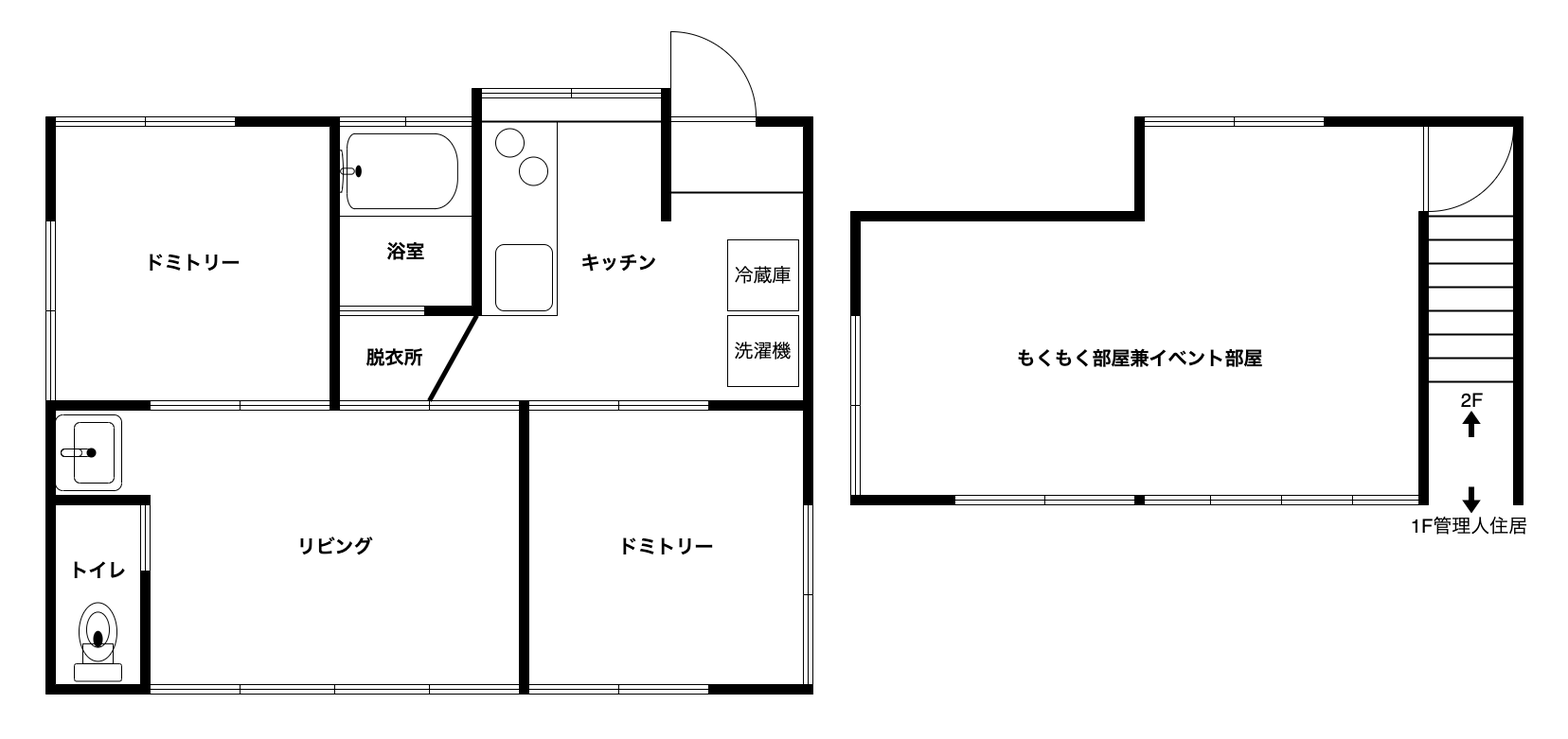
This is madorizu.png from geetakanomori/geetakanomori.github.io, a draw.io export, as it was before one commit. Source tidied: cells renumbered, new cells last; positions are measured from the earlier drawing's top-left corner, leaving out a move shared by most shapes.
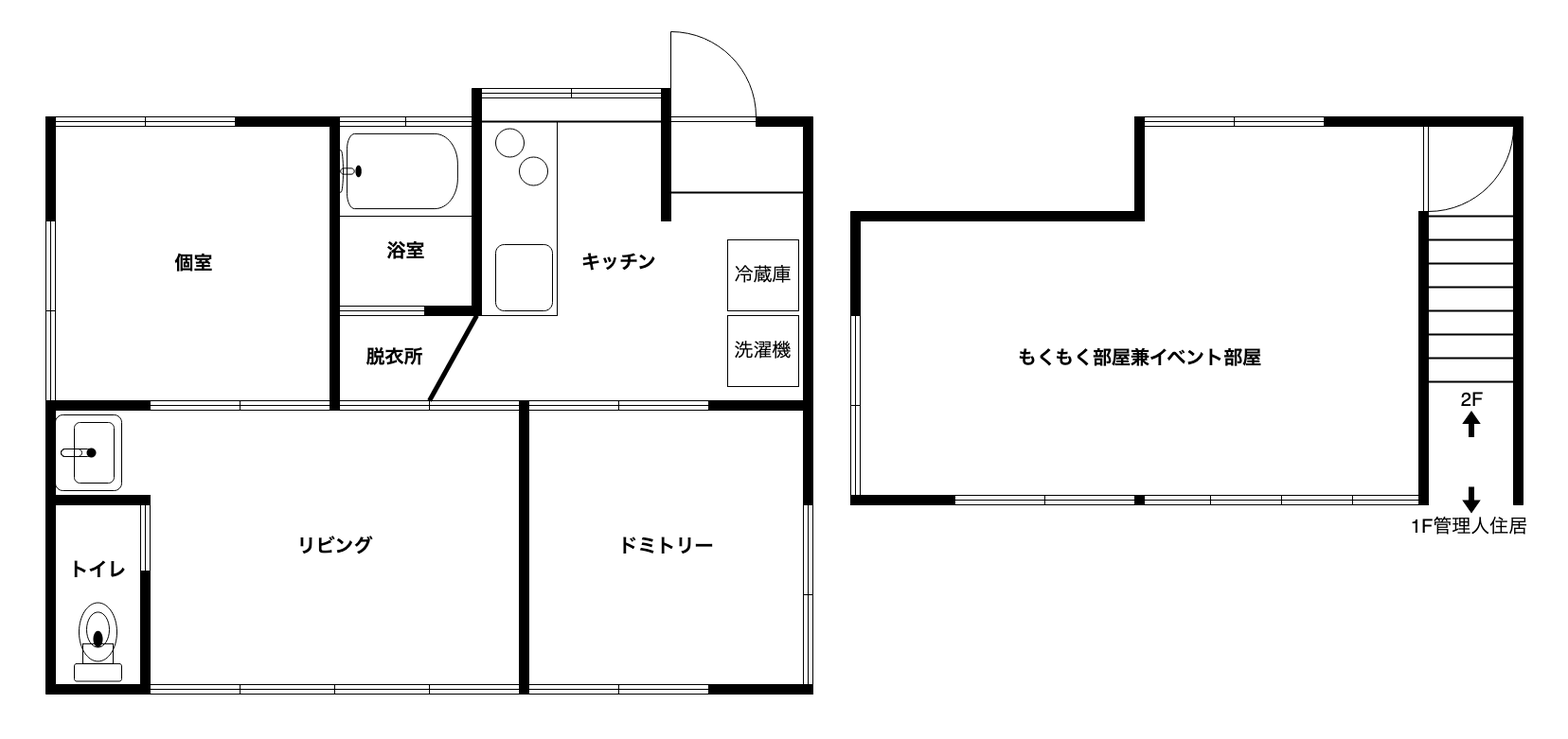
Above is the later version.

Diff of the diagram source:
```diff
@@ -290,8 +290,8 @@
         <mxPoint x="455" y="300" as="targetPoint" />
       </mxGeometry>
     </mxCell>
-    <mxCell id="85" value="ドミトリー" style="text;html=1;align=center;verticalAlign=middle;fillColor=none;strokeColor=none;rounded=1;fontSize=20;glass=1;fontStyle=1;" parent="34" vertex="1">
-      <mxGeometry x="92.5" y="225" width="125" height="40" as="geometry" />
+    <mxCell id="85" value="個室" style="text;html=1;align=center;verticalAlign=middle;fillColor=none;strokeColor=none;rounded=1;fontSize=20;glass=1;fontStyle=1;" parent="34" vertex="1">
+      <mxGeometry x="130.5" y="233" width="50" height="25" as="geometry" />
     </mxCell>
     <mxCell id="86" value="ドミトリー" style="text;html=1;align=center;verticalAlign=middle;fillColor=none;strokeColor=none;rounded=1;fontSize=20;glass=1;fontStyle=1;" parent="34" vertex="1">
       <mxGeometry x="592.5" y="525" width="125" height="40" as="geometry" />
```
